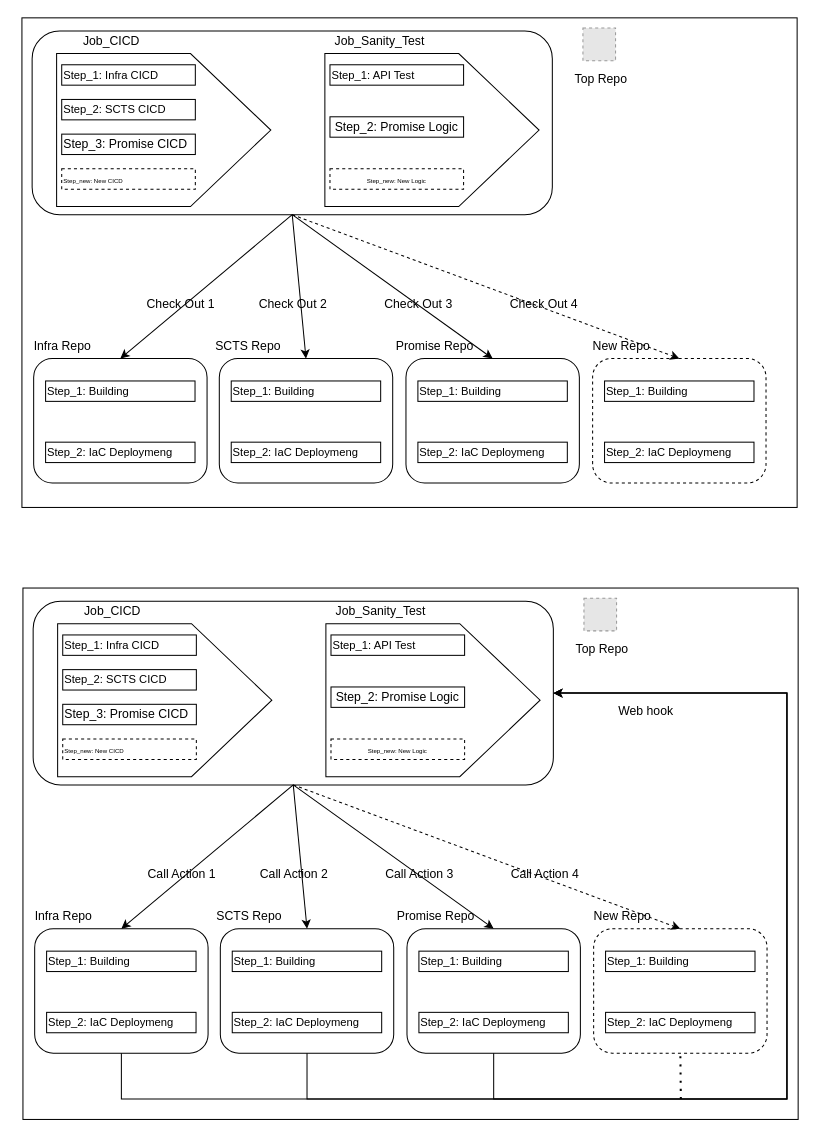
This is github-action-archticture.drawio from wangpengming/drawio, a draw.io file, before an edit. Source tidied: cells renumbered, new cells numbered last; positions are measured from the earlier drawing's top-left corner, leaving out a move shared by most shapes. Both pictures are drawn from the tidied source at 102%, with x=0, y=0 at pixel (21, 17). Pictures stored in the file or linked from it are replaced by grey dashed boxes.
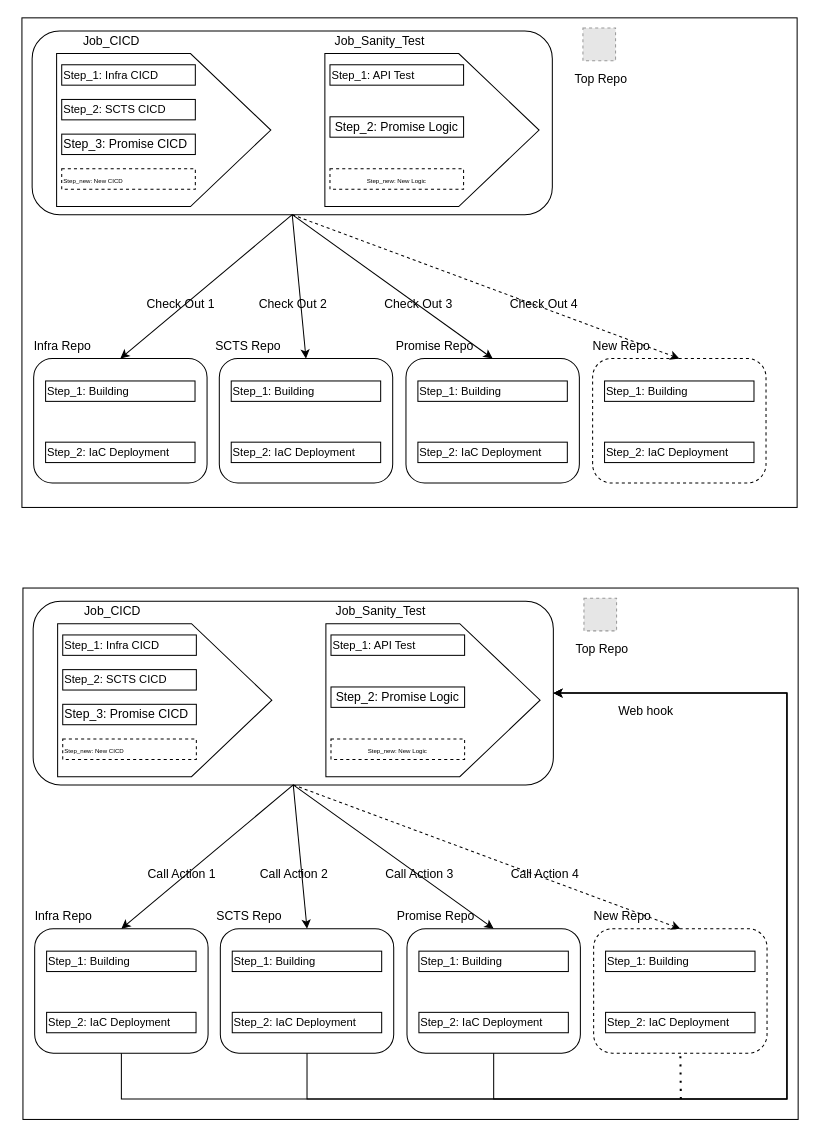
The same diagram, later.

Diff of the diagram source:
```diff
@@
-    <mxCell id="19" value="&lt;font style=&quot;font-size: 11px;&quot;&gt;Step_2: IaC Deploymeng&lt;/font&gt;" style="rounded=0;whiteSpace=wrap;html=1;fillColor=none;fontSize=12;align=left;" parent="1" vertex="1">
+    <mxCell id="19" value="&lt;font style=&quot;font-size: 11px;&quot;&gt;Step_2: IaC Deployment&lt;/font&gt;" style="rounded=0;whiteSpace=wrap;html=1;fillColor=none;fontSize=12;align=left;" parent="1" vertex="1">
       <mxGeometry x="23.2" y="416" width="146.5" height="20" as="geometry" />
     </mxCell>
@@
-    <mxCell id="23" value="&lt;font style=&quot;font-size: 11px;&quot;&gt;Step_2: IaC Deploymeng&lt;/font&gt;" style="rounded=0;whiteSpace=wrap;html=1;fillColor=none;fontSize=12;align=left;" parent="1" vertex="1">
+    <mxCell id="23" value="&lt;font style=&quot;font-size: 11px;&quot;&gt;Step_2: IaC Deployment&lt;/font&gt;" style="rounded=0;whiteSpace=wrap;html=1;fillColor=none;fontSize=12;align=left;" parent="1" vertex="1">
       <mxGeometry x="205.2" y="416" width="146.5" height="20" as="geometry" />
     </mxCell>
@@
-    <mxCell id="27" value="&lt;font style=&quot;font-size: 11px;&quot;&gt;Step_2: IaC Deploymeng&lt;/font&gt;" style="rounded=0;whiteSpace=wrap;html=1;fillColor=none;fontSize=12;align=left;" parent="1" vertex="1">
+    <mxCell id="27" value="&lt;font style=&quot;font-size: 11px;&quot;&gt;Step_2: IaC Deployment&lt;/font&gt;" style="rounded=0;whiteSpace=wrap;html=1;fillColor=none;fontSize=12;align=left;" parent="1" vertex="1">
       <mxGeometry x="388.2" y="416" width="146.5" height="20" as="geometry" />
     </mxCell>
@@
-    <mxCell id="31" value="&lt;font style=&quot;font-size: 11px;&quot;&gt;Step_2: IaC Deploymeng&lt;/font&gt;" style="rounded=0;whiteSpace=wrap;html=1;fillColor=none;fontSize=12;align=left;" parent="1" vertex="1">
+    <mxCell id="31" value="&lt;font style=&quot;font-size: 11px;&quot;&gt;Step_2: IaC Deployment&lt;/font&gt;" style="rounded=0;whiteSpace=wrap;html=1;fillColor=none;fontSize=12;align=left;" parent="1" vertex="1">
       <mxGeometry x="571.2" y="416" width="146.5" height="20" as="geometry" />
     </mxCell>
@@
-    <mxCell id="59" value="&lt;font style=&quot;font-size: 11px;&quot;&gt;Step_2: IaC Deploymeng&lt;/font&gt;" style="rounded=0;whiteSpace=wrap;html=1;fillColor=none;fontSize=12;align=left;" parent="1" vertex="1">
+    <mxCell id="59" value="&lt;font style=&quot;font-size: 11px;&quot;&gt;Step_2: IaC Deployment&lt;/font&gt;" style="rounded=0;whiteSpace=wrap;html=1;fillColor=none;fontSize=12;align=left;" parent="1" vertex="1">
       <mxGeometry x="24.2" y="975" width="146.5" height="20" as="geometry" />
     </mxCell>
@@
-    <mxCell id="64" value="&lt;font style=&quot;font-size: 11px;&quot;&gt;Step_2: IaC Deploymeng&lt;/font&gt;" style="rounded=0;whiteSpace=wrap;html=1;fillColor=none;fontSize=12;align=left;" parent="1" vertex="1">
+    <mxCell id="64" value="&lt;font style=&quot;font-size: 11px;&quot;&gt;Step_2: IaC Deployment&lt;/font&gt;" style="rounded=0;whiteSpace=wrap;html=1;fillColor=none;fontSize=12;align=left;" parent="1" vertex="1">
       <mxGeometry x="206.2" y="975" width="146.5" height="20" as="geometry" />
     </mxCell>
@@
-    <mxCell id="69" value="&lt;font style=&quot;font-size: 11px;&quot;&gt;Step_2: IaC Deploymeng&lt;/font&gt;" style="rounded=0;whiteSpace=wrap;html=1;fillColor=none;fontSize=12;align=left;" parent="1" vertex="1">
+    <mxCell id="69" value="&lt;font style=&quot;font-size: 11px;&quot;&gt;Step_2: IaC Deployment&lt;/font&gt;" style="rounded=0;whiteSpace=wrap;html=1;fillColor=none;fontSize=12;align=left;" parent="1" vertex="1">
       <mxGeometry x="389.2" y="975" width="146.5" height="20" as="geometry" />
     </mxCell>
@@
-    <mxCell id="73" value="&lt;font style=&quot;font-size: 11px;&quot;&gt;Step_2: IaC Deploymeng&lt;/font&gt;" style="rounded=0;whiteSpace=wrap;html=1;fillColor=none;fontSize=12;align=left;" parent="1" vertex="1">
+    <mxCell id="73" value="&lt;font style=&quot;font-size: 11px;&quot;&gt;Step_2: IaC Deployment&lt;/font&gt;" style="rounded=0;whiteSpace=wrap;html=1;fillColor=none;fontSize=12;align=left;" parent="1" vertex="1">
       <mxGeometry x="572.2" y="975" width="146.5" height="20" as="geometry" />
     </mxCell>
```
